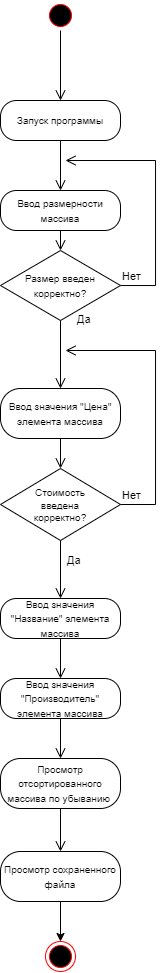
Before: doc/Диаграмма активности.png, a diagram exported from draw.io (RenFoxHana/Exam). Source tidied: cells renumbered, new cells last; positions are measured from the earlier drawing's top-left corner, leaving out a move shared by most shapes.
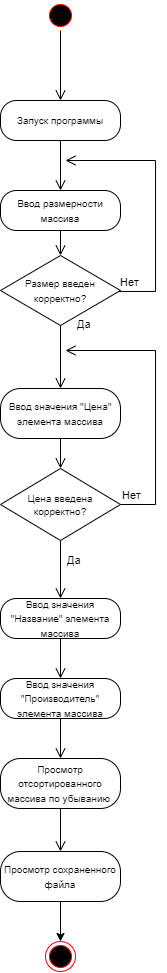
The same file after the commit.

Commit message:
Откорректированная диаграмма активностей

The edit, as a diff of the source:
```diff
@@ -21,13 +21,13 @@
       <mxGeometry relative="1" as="geometry" />
     </mxCell>
     <mxCell id="8" value="&lt;font style=&quot;font-size: 10px;&quot;&gt;Размер введен корректно?&lt;/font&gt;" style="rhombus;whiteSpace=wrap;html=1;" parent="1" vertex="1">
-      <mxGeometry y="250" width="120" height="70" as="geometry" />
+      <mxGeometry y="255" width="120" height="70" as="geometry" />
     </mxCell>
     <mxCell id="9" value="Нет" style="edgeStyle=orthogonalEdgeStyle;html=1;align=left;verticalAlign=bottom;endArrow=open;endSize=8;rounded=0;" parent="1" edge="1" source="8">
       <mxGeometry x="-1" relative="1" as="geometry">
         <mxPoint x="65" y="160" as="targetPoint" />
         <Array as="points">
-          <mxPoint x="155" y="285" />
+          <mxPoint x="155" y="291" />
           <mxPoint x="155" y="160" />
         </Array>
       </mxGeometry>
@@ -41,7 +41,7 @@
     <mxCell id="12" value="Да" style="edgeStyle=orthogonalEdgeStyle;html=1;align=left;verticalAlign=bottom;endArrow=open;endSize=8;rounded=0;" parent="1" edge="1" source="8" target="10">
       <mxGeometry x="-0.75" y="15" relative="1" as="geometry" />
     </mxCell>
-    <mxCell id="13" value="&lt;font style=&quot;font-size: 10px;&quot;&gt;Стоимость&lt;/font&gt;&lt;div style=&quot;font-size: 10px;&quot;&gt;&lt;font style=&quot;font-size: 10px;&quot;&gt;введена&lt;/font&gt;&lt;/div&gt;&lt;div style=&quot;font-size: 10px;&quot;&gt;&lt;font style=&quot;font-size: 10px;&quot;&gt;корректно?&lt;/font&gt;&lt;/div&gt;" style="rhombus;whiteSpace=wrap;html=1;" parent="1" vertex="1">
+    <mxCell id="13" value="&lt;font style=&quot;font-size: 10px;&quot;&gt;Цена&amp;nbsp;&lt;/font&gt;&lt;span style=&quot;font-size: 10px; background-color: initial;&quot;&gt;введена&lt;/span&gt;&lt;div style=&quot;font-size: 10px;&quot;&gt;&lt;font style=&quot;font-size: 10px;&quot;&gt;корректно?&lt;/font&gt;&lt;/div&gt;" style="rhombus;whiteSpace=wrap;html=1;" parent="1" vertex="1">
       <mxGeometry y="468" width="120" height="72" as="geometry" />
     </mxCell>
     <mxCell id="14" value="Нет" style="edgeStyle=orthogonalEdgeStyle;html=1;align=left;verticalAlign=bottom;endArrow=open;endSize=8;rounded=0;" parent="1" edge="1" source="13">
```
